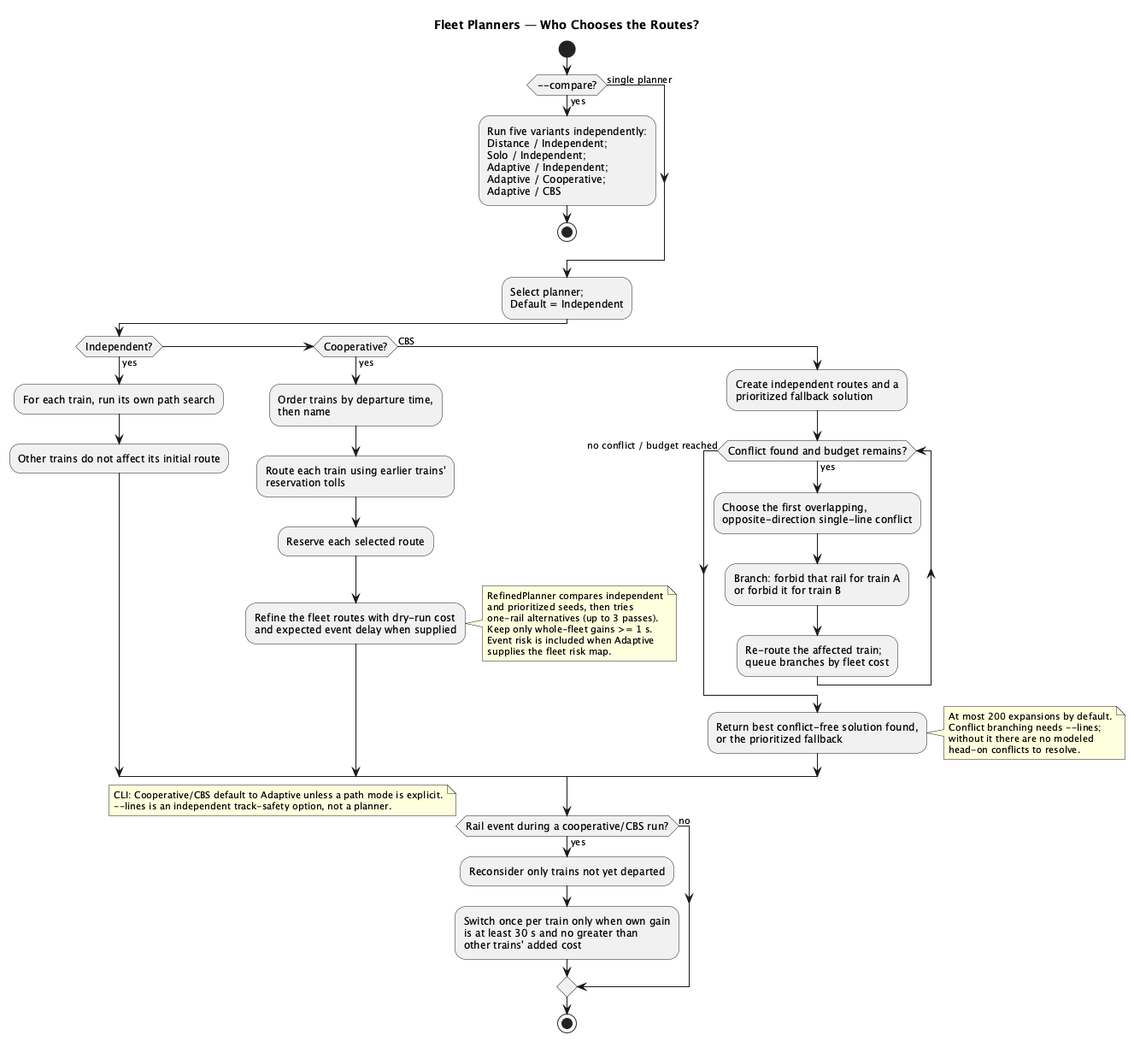
The PlantUML diagram docs/diagrams/activity_fleet_planner_modes.png in abaiao-r/Module_05_Train_yourself, before a commit. The source it was exported from:
```plantuml
@startuml activity_fleet_planner_modes

skinparam defaultFontSize 11
skinparam shadowing false
skinparam ActivityFontSize 12

title Fleet Planners — Who Chooses the Routes?

start

if (--compare?) then (yes)
  :Run five variants independently:\nDistance / Independent;\nSolo / Independent;\nAdaptive / Independent;\nAdaptive / Cooperative;\nAdaptive / CBS;
  stop
else (single planner)
endif

:Select planner;\nDefault = Independent;

if (Independent?) then (yes)
  :For each train, run its own path search;
  :Other trains do not affect its initial route;
elseif (Cooperative?) then (yes)
  :Order trains by departure time,\nthen name;
  :Route each train using earlier trains'\nreservation tolls;
  :Reserve each selected route;
  :Refine the fleet routes with dry-run cost\nand expected event delay when supplied;
  note right
    RefinedPlanner compares independent
    and prioritized seeds, then tries
    one-rail alternatives (up to 3 passes).
    Keep only whole-fleet gains >= 1 s.
    Event risk is included when Adaptive
    supplies the fleet risk map.
  end note
else (CBS)
  :Create independent routes and a\nprioritized fallback solution;
  while (Conflict found and budget remains?) is (yes)
    :Choose the first overlapping,\nopposite-direction single-line conflict;
    :Branch: forbid that rail for train A\nor forbid it for train B;
    :Re-route the affected train;\nqueue branches by fleet cost;
  endwhile (no conflict / budget reached)
  :Return best conflict-free solution found,\nor the prioritized fallback;
  note right
    At most 200 expansions by default.
    Conflict branching needs --lines;
    without it there are no modeled
    head-on conflicts to resolve.
  end note
endif

if (Rail event during a cooperative/CBS run?) then (yes)
  :Reconsider only trains not yet departed;
  :Switch once per train only when own gain\nis at least 30 s and no greater than\nother trains' added cost;
else (no)
endif

note right
  CLI: Cooperative/CBS default to Adaptive unless a path mode is explicit.
  --lines is an independent track-safety option, not a planner.
end note

stop

@enduml
```
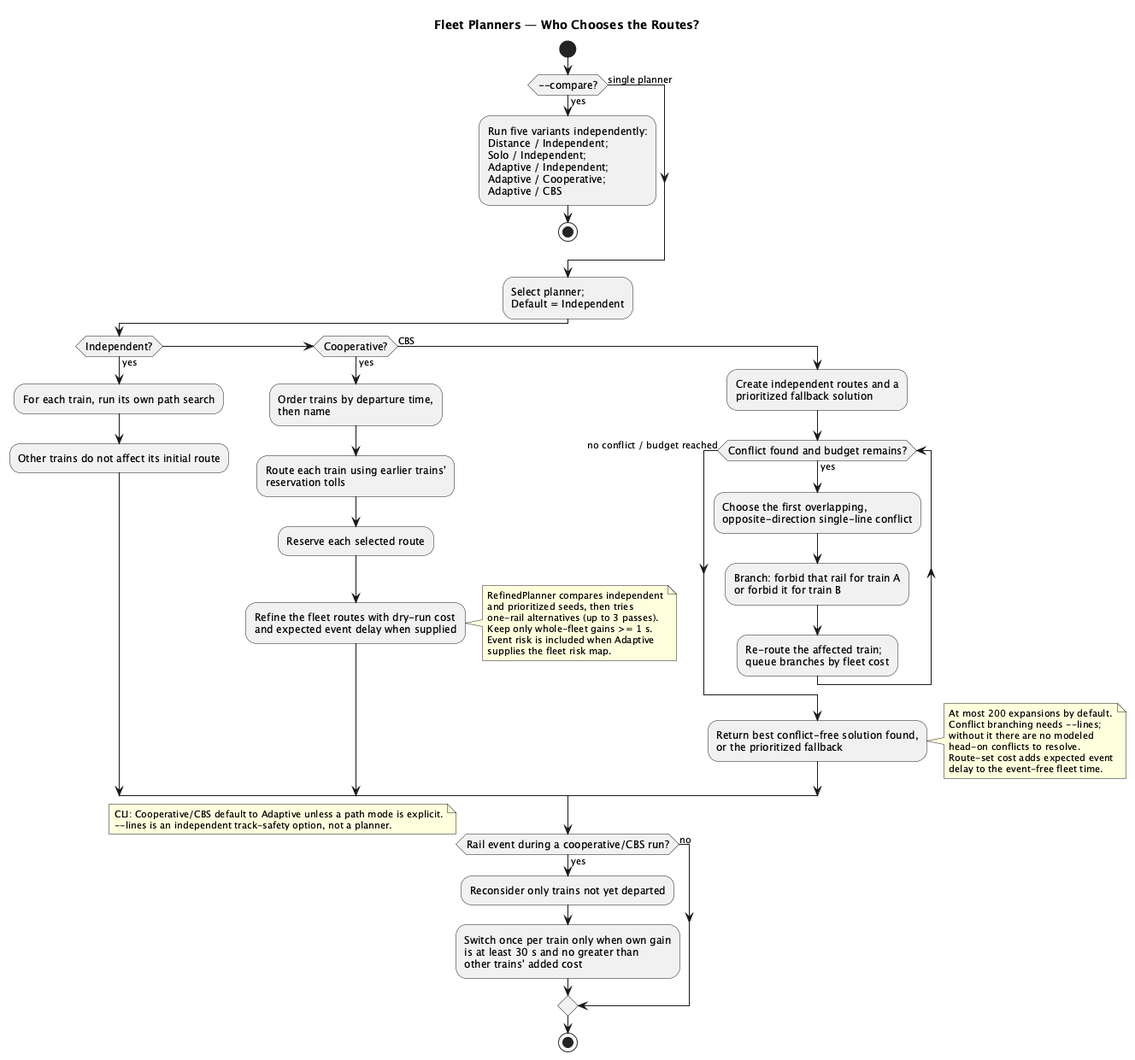
After the change.

Commit message:
Include expected event delay in CBS cost (#182)

What changed in the source:
```diff
@@ -45,6 +45,8 @@
     Conflict branching needs --lines;
     without it there are no modeled
     head-on conflicts to resolve.
+    Route-set cost adds expected event
+    delay to the event-free fleet time.
   end note
 endif
 
```
